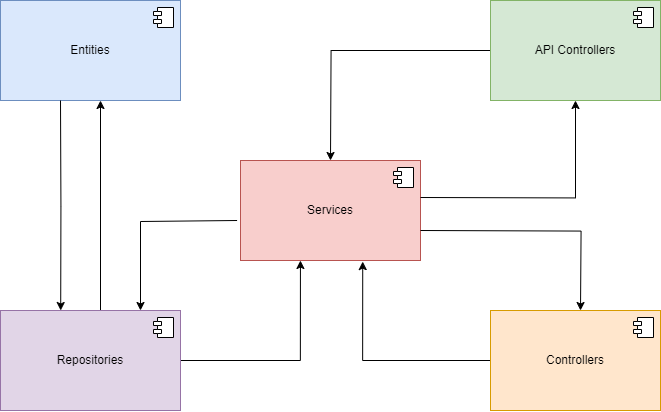
The draw.io diagram docs/_diagrams/Module Structure.png in ortizdavid/golang-modular-software, before a commit. Source tidied: cells renumbered, new cells last; positions are measured from the earlier drawing's top-left corner, leaving out a move shared by most shapes. Source of this version:
```xml
<mxGraphModel>
  <root>
    <mxCell id="0" />
    <mxCell id="1" parent="0" />
    <mxCell id="2" value="Entities" style="html=1;whiteSpace=wrap;fillColor=#dae8fc;strokeColor=#6c8ebf;" parent="1" vertex="1">
      <mxGeometry width="180" height="100" as="geometry" />
    </mxCell>
    <mxCell id="3" style="shape=module;jettyWidth=8;jettyHeight=4;" parent="2" vertex="1">
      <mxGeometry x="1" width="20" height="20" relative="1" as="geometry">
        <mxPoint x="-27" y="7" as="offset" />
      </mxGeometry>
    </mxCell>
    <mxCell id="4" style="edgeStyle=orthogonalEdgeStyle;rounded=0;jettySize=auto;html=1;exitX=-0.019;exitY=0.6;exitDx=0;exitDy=0;exitPerimeter=0;" parent="1" edge="1" source="5">
      <mxGeometry relative="1" as="geometry">
        <mxPoint x="140" y="310" as="targetPoint" />
        <Array as="points">
          <mxPoint x="140" y="221" />
        </Array>
      </mxGeometry>
    </mxCell>
    <mxCell id="5" value="Services" style="html=1;whiteSpace=wrap;fillColor=#f8cecc;strokeColor=#b85450;" parent="1" vertex="1">
      <mxGeometry x="240" y="160" width="180" height="100" as="geometry" />
    </mxCell>
    <mxCell id="6" style="shape=module;jettyWidth=8;jettyHeight=4;" parent="5" vertex="1">
      <mxGeometry x="1" width="20" height="20" relative="1" as="geometry">
        <mxPoint x="-27" y="7" as="offset" />
      </mxGeometry>
    </mxCell>
    <mxCell id="7" style="edgeStyle=orthogonalEdgeStyle;rounded=0;jettySize=auto;html=1;exitX=0;exitY=0.5;exitDx=0;exitDy=0;entryX=0.679;entryY=1.011;entryDx=0;entryDy=0;entryPerimeter=0;" parent="1" edge="1" source="8" target="5">
      <mxGeometry relative="1" as="geometry" />
    </mxCell>
    <mxCell id="8" value="Controllers" style="html=1;whiteSpace=wrap;fillColor=#ffe6cc;strokeColor=#d79b00;" parent="1" vertex="1">
      <mxGeometry x="490" y="310" width="170" height="100" as="geometry" />
    </mxCell>
    <mxCell id="9" style="shape=module;jettyWidth=8;jettyHeight=4;" parent="8" vertex="1">
      <mxGeometry x="1" width="20" height="20" relative="1" as="geometry">
        <mxPoint x="-27" y="7" as="offset" />
      </mxGeometry>
    </mxCell>
    <mxCell id="10" style="edgeStyle=orthogonalEdgeStyle;rounded=0;orthogonalLoop=1;jettySize=auto;html=1;" parent="1" edge="1">
      <mxGeometry relative="1" as="geometry">
        <mxPoint x="100" y="310" as="sourcePoint" />
        <mxPoint x="100" y="100" as="targetPoint" />
      </mxGeometry>
    </mxCell>
    <mxCell id="11" style="edgeStyle=orthogonalEdgeStyle;rounded=0;jettySize=auto;html=1;entryX=0.333;entryY=1;entryDx=0;entryDy=0;entryPerimeter=0;" parent="1" edge="1" source="12" target="5">
      <mxGeometry relative="1" as="geometry" />
    </mxCell>
    <mxCell id="12" value="Repositories" style="html=1;whiteSpace=wrap;fillColor=#e1d5e7;strokeColor=#9673a6;" parent="1" vertex="1">
      <mxGeometry y="310" width="180" height="100" as="geometry" />
    </mxCell>
    <mxCell id="13" style="shape=module;jettyWidth=8;jettyHeight=4;" parent="12" vertex="1">
      <mxGeometry x="1" width="20" height="20" relative="1" as="geometry">
        <mxPoint x="-27" y="7" as="offset" />
      </mxGeometry>
    </mxCell>
    <mxCell id="14" style="edgeStyle=orthogonalEdgeStyle;rounded=0;jettySize=auto;html=1;entryX=0.75;entryY=0;entryDx=0;entryDy=0;exitX=0;exitY=0.5;exitDx=0;exitDy=0;" parent="1" edge="1" source="15">
      <mxGeometry relative="1" as="geometry">
        <mxPoint x="330" y="160" as="targetPoint" />
      </mxGeometry>
    </mxCell>
    <mxCell id="15" value="API&lt;span style=&quot;background-color: initial;&quot;&gt;&amp;nbsp;Controllers&lt;/span&gt;" style="html=1;whiteSpace=wrap;fillColor=#d5e8d4;strokeColor=#82b366;" parent="1" vertex="1">
      <mxGeometry x="490" width="170" height="100" as="geometry" />
    </mxCell>
    <mxCell id="16" style="shape=module;jettyWidth=8;jettyHeight=4;" parent="15" vertex="1">
      <mxGeometry x="1" width="20" height="20" relative="1" as="geometry">
        <mxPoint x="-27" y="7" as="offset" />
      </mxGeometry>
    </mxCell>
    <mxCell id="17" style="edgeStyle=orthogonalEdgeStyle;rounded=0;jettySize=auto;html=1;entryX=0.5;entryY=1;entryDx=0;entryDy=0;" parent="1" edge="1" target="15">
      <mxGeometry relative="1" as="geometry">
        <mxPoint x="420" y="197" as="sourcePoint" />
      </mxGeometry>
    </mxCell>
    <mxCell id="18" style="edgeStyle=orthogonalEdgeStyle;rounded=0;orthogonalLoop=1;jettySize=auto;html=1;" parent="1" edge="1">
      <mxGeometry relative="1" as="geometry">
        <mxPoint x="420" y="230" as="sourcePoint" />
        <mxPoint x="580" y="310" as="targetPoint" />
      </mxGeometry>
    </mxCell>
    <mxCell id="19" style="edgeStyle=orthogonalEdgeStyle;rounded=0;orthogonalLoop=1;jettySize=auto;html=1;entryX=0.39;entryY=-0.01;entryDx=0;entryDy=0;entryPerimeter=0;" parent="1" edge="1">
      <mxGeometry relative="1" as="geometry">
        <mxPoint x="60" y="100" as="sourcePoint" />
        <mxPoint x="60.2" y="310" as="targetPoint" />
      </mxGeometry>
    </mxCell>
  </root>
</mxGraphModel>
```
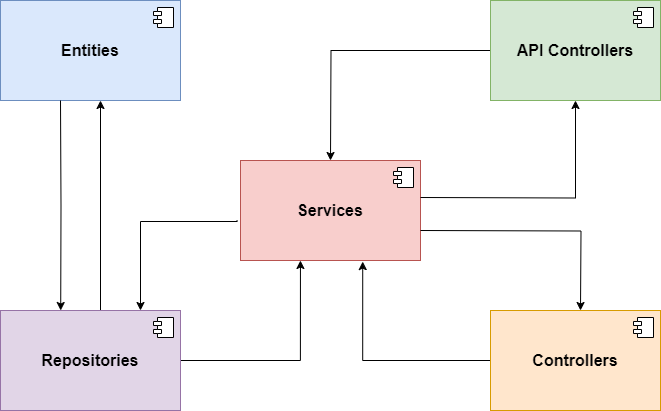
After the change.

What changed in the source:
```diff
@@ -2,15 +2,15 @@
   <root>
     <mxCell id="0" />
     <mxCell id="1" parent="0" />
-    <mxCell id="2" value="Entities" style="html=1;whiteSpace=wrap;fillColor=#dae8fc;strokeColor=#6c8ebf;" parent="1" vertex="1">
+    <mxCell id="2" value="Entities" style="html=1;whiteSpace=wrap;fillColor=#dae8fc;strokeColor=#6c8ebf;fontStyle=1;fontSize=16;" parent="1" vertex="1">
       <mxGeometry width="180" height="100" as="geometry" />
     </mxCell>
-    <mxCell id="3" style="shape=module;jettyWidth=8;jettyHeight=4;" parent="2" vertex="1">
+    <mxCell id="3" style="shape=module;jettyWidth=8;jettyHeight=4;fontSize=16;" parent="2" vertex="1">
       <mxGeometry x="1" width="20" height="20" relative="1" as="geometry">
         <mxPoint x="-27" y="7" as="offset" />
       </mxGeometry>
     </mxCell>
-    <mxCell id="4" style="edgeStyle=orthogonalEdgeStyle;rounded=0;jettySize=auto;html=1;exitX=-0.019;exitY=0.6;exitDx=0;exitDy=0;exitPerimeter=0;" parent="1" edge="1" source="5">
+    <mxCell id="4" style="edgeStyle=orthogonalEdgeStyle;rounded=0;jettySize=auto;html=1;exitX=-0.019;exitY=0.6;exitDx=0;exitDy=0;exitPerimeter=0;fontSize=16;" parent="1" edge="1" source="5">
       <mxGeometry relative="1" as="geometry">
         <mxPoint x="140" y="310" as="targetPoint" />
         <Array as="points">
@@ -18,67 +18,67 @@
         </Array>
       </mxGeometry>
     </mxCell>
-    <mxCell id="5" value="Services" style="html=1;whiteSpace=wrap;fillColor=#f8cecc;strokeColor=#b85450;" parent="1" vertex="1">
+    <mxCell id="5" value="Services" style="html=1;whiteSpace=wrap;fillColor=#f8cecc;strokeColor=#b85450;fontStyle=1;fontSize=16;" parent="1" vertex="1">
       <mxGeometry x="240" y="160" width="180" height="100" as="geometry" />
     </mxCell>
-    <mxCell id="6" style="shape=module;jettyWidth=8;jettyHeight=4;" parent="5" vertex="1">
+    <mxCell id="6" style="shape=module;jettyWidth=8;jettyHeight=4;fontSize=16;" parent="5" vertex="1">
       <mxGeometry x="1" width="20" height="20" relative="1" as="geometry">
         <mxPoint x="-27" y="7" as="offset" />
       </mxGeometry>
     </mxCell>
-    <mxCell id="7" style="edgeStyle=orthogonalEdgeStyle;rounded=0;jettySize=auto;html=1;exitX=0;exitY=0.5;exitDx=0;exitDy=0;entryX=0.679;entryY=1.011;entryDx=0;entryDy=0;entryPerimeter=0;" parent="1" edge="1" source="8" target="5">
+    <mxCell id="7" style="edgeStyle=orthogonalEdgeStyle;rounded=0;jettySize=auto;html=1;exitX=0;exitY=0.5;exitDx=0;exitDy=0;entryX=0.679;entryY=1.011;entryDx=0;entryDy=0;entryPerimeter=0;fontSize=16;" parent="1" edge="1" source="8" target="5">
       <mxGeometry relative="1" as="geometry" />
     </mxCell>
-    <mxCell id="8" value="Controllers" style="html=1;whiteSpace=wrap;fillColor=#ffe6cc;strokeColor=#d79b00;" parent="1" vertex="1">
+    <mxCell id="8" value="Controllers" style="html=1;whiteSpace=wrap;fillColor=#ffe6cc;strokeColor=#d79b00;fontStyle=1;fontSize=16;" parent="1" vertex="1">
       <mxGeometry x="490" y="310" width="170" height="100" as="geometry" />
     </mxCell>
-    <mxCell id="9" style="shape=module;jettyWidth=8;jettyHeight=4;" parent="8" vertex="1">
+    <mxCell id="9" style="shape=module;jettyWidth=8;jettyHeight=4;fontSize=16;" parent="8" vertex="1">
       <mxGeometry x="1" width="20" height="20" relative="1" as="geometry">
         <mxPoint x="-27" y="7" as="offset" />
       </mxGeometry>
     </mxCell>
-    <mxCell id="10" style="edgeStyle=orthogonalEdgeStyle;rounded=0;orthogonalLoop=1;jettySize=auto;html=1;" parent="1" edge="1">
+    <mxCell id="10" style="edgeStyle=orthogonalEdgeStyle;rounded=0;orthogonalLoop=1;jettySize=auto;html=1;fontSize=16;" parent="1" edge="1">
       <mxGeometry relative="1" as="geometry">
         <mxPoint x="100" y="310" as="sourcePoint" />
         <mxPoint x="100" y="100" as="targetPoint" />
       </mxGeometry>
     </mxCell>
-    <mxCell id="11" style="edgeStyle=orthogonalEdgeStyle;rounded=0;jettySize=auto;html=1;entryX=0.333;entryY=1;entryDx=0;entryDy=0;entryPerimeter=0;" parent="1" edge="1" source="12" target="5">
+    <mxCell id="11" style="edgeStyle=orthogonalEdgeStyle;rounded=0;jettySize=auto;html=1;entryX=0.333;entryY=1;entryDx=0;entryDy=0;entryPerimeter=0;fontSize=16;" parent="1" edge="1" source="12" target="5">
       <mxGeometry relative="1" as="geometry" />
     </mxCell>
-    <mxCell id="12" value="Repositories" style="html=1;whiteSpace=wrap;fillColor=#e1d5e7;strokeColor=#9673a6;" parent="1" vertex="1">
+    <mxCell id="12" value="Repositories" style="html=1;whiteSpace=wrap;fillColor=#e1d5e7;strokeColor=#9673a6;fontStyle=1;fontSize=16;" parent="1" vertex="1">
       <mxGeometry y="310" width="180" height="100" as="geometry" />
     </mxCell>
-    <mxCell id="13" style="shape=module;jettyWidth=8;jettyHeight=4;" parent="12" vertex="1">
+    <mxCell id="13" style="shape=module;jettyWidth=8;jettyHeight=4;fontSize=16;" parent="12" vertex="1">
       <mxGeometry x="1" width="20" height="20" relative="1" as="geometry">
         <mxPoint x="-27" y="7" as="offset" />
       </mxGeometry>
     </mxCell>
-    <mxCell id="14" style="edgeStyle=orthogonalEdgeStyle;rounded=0;jettySize=auto;html=1;entryX=0.75;entryY=0;entryDx=0;entryDy=0;exitX=0;exitY=0.5;exitDx=0;exitDy=0;" parent="1" edge="1" source="15">
+    <mxCell id="14" style="edgeStyle=orthogonalEdgeStyle;rounded=0;jettySize=auto;html=1;entryX=0.75;entryY=0;entryDx=0;entryDy=0;exitX=0;exitY=0.5;exitDx=0;exitDy=0;fontSize=16;" parent="1" edge="1" source="15">
       <mxGeometry relative="1" as="geometry">
         <mxPoint x="330" y="160" as="targetPoint" />
       </mxGeometry>
     </mxCell>
-    <mxCell id="15" value="API&lt;span style=&quot;background-color: initial;&quot;&gt;&amp;nbsp;Controllers&lt;/span&gt;" style="html=1;whiteSpace=wrap;fillColor=#d5e8d4;strokeColor=#82b366;" parent="1" vertex="1">
+    <mxCell id="15" value="API&lt;span style=&quot;background-color: initial; font-size: 16px;&quot;&gt;&amp;nbsp;Controllers&lt;/span&gt;" style="html=1;whiteSpace=wrap;fillColor=#d5e8d4;strokeColor=#82b366;fontStyle=1;fontSize=16;" parent="1" vertex="1">
       <mxGeometry x="490" width="170" height="100" as="geometry" />
     </mxCell>
-    <mxCell id="16" style="shape=module;jettyWidth=8;jettyHeight=4;" parent="15" vertex="1">
+    <mxCell id="16" style="shape=module;jettyWidth=8;jettyHeight=4;fontSize=16;" parent="15" vertex="1">
       <mxGeometry x="1" width="20" height="20" relative="1" as="geometry">
         <mxPoint x="-27" y="7" as="offset" />
       </mxGeometry>
     </mxCell>
-    <mxCell id="17" style="edgeStyle=orthogonalEdgeStyle;rounded=0;jettySize=auto;html=1;entryX=0.5;entryY=1;entryDx=0;entryDy=0;" parent="1" edge="1" target="15">
+    <mxCell id="17" style="edgeStyle=orthogonalEdgeStyle;rounded=0;jettySize=auto;html=1;entryX=0.5;entryY=1;entryDx=0;entryDy=0;fontSize=16;" parent="1" edge="1" target="15">
       <mxGeometry relative="1" as="geometry">
         <mxPoint x="420" y="197" as="sourcePoint" />
       </mxGeometry>
     </mxCell>
-    <mxCell id="18" style="edgeStyle=orthogonalEdgeStyle;rounded=0;orthogonalLoop=1;jettySize=auto;html=1;" parent="1" edge="1">
+    <mxCell id="18" style="edgeStyle=orthogonalEdgeStyle;rounded=0;orthogonalLoop=1;jettySize=auto;html=1;fontSize=16;" parent="1" edge="1">
       <mxGeometry relative="1" as="geometry">
         <mxPoint x="420" y="230" as="sourcePoint" />
         <mxPoint x="580" y="310" as="targetPoint" />
       </mxGeometry>
     </mxCell>
-    <mxCell id="19" style="edgeStyle=orthogonalEdgeStyle;rounded=0;orthogonalLoop=1;jettySize=auto;html=1;entryX=0.39;entryY=-0.01;entryDx=0;entryDy=0;entryPerimeter=0;" parent="1" edge="1">
+    <mxCell id="19" style="edgeStyle=orthogonalEdgeStyle;rounded=0;orthogonalLoop=1;jettySize=auto;html=1;entryX=0.39;entryY=-0.01;entryDx=0;entryDy=0;entryPerimeter=0;fontSize=16;" parent="1" edge="1">
       <mxGeometry relative="1" as="geometry">
         <mxPoint x="60" y="100" as="sourcePoint" />
         <mxPoint x="60.2" y="310" as="targetPoint" />
```
